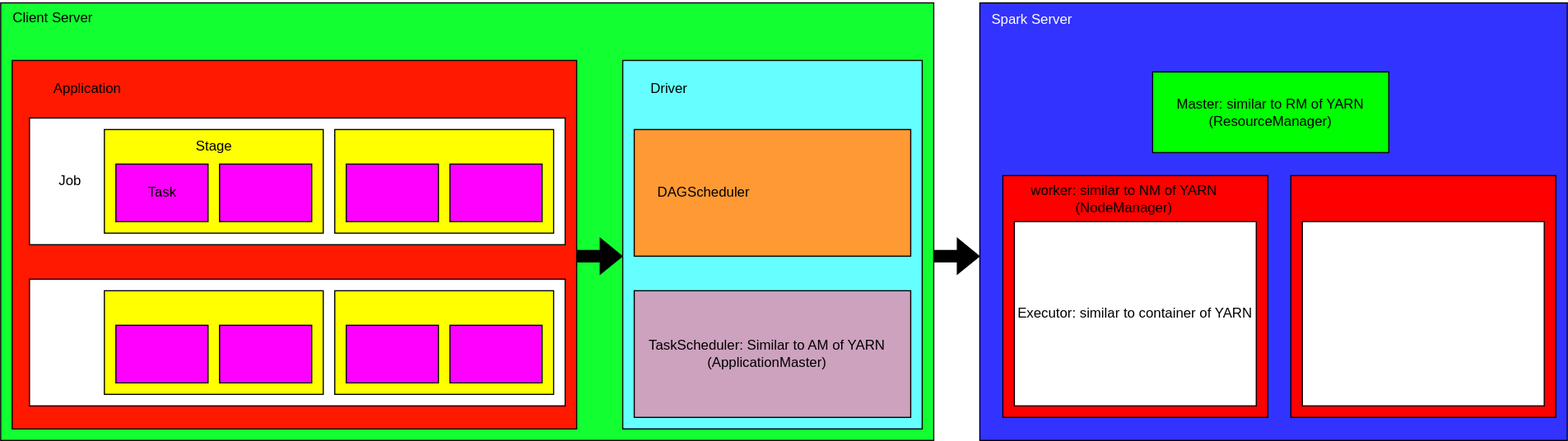
Earlier version of the draw.io export notes/images-spark/spark-1.svg (yixianwang/yixianwang.github.io). Source tidied: cells renumbered, new cells last; positions are measured from the earlier drawing's top-left corner, leaving out a move shared by most shapes. Its diagram source:
```xml
<mxGraphModel>
  <root>
    <mxCell id="0" />
    <mxCell id="1" parent="0" />
    <mxCell id="2" style="rounded=0;whiteSpace=wrap;html=1;fillColor=#12FF31;" parent="1" vertex="1">
      <mxGeometry y="2" width="810" height="380" as="geometry" />
    </mxCell>
    <mxCell id="3" value="Client Server" style="text;html=1;align=center;verticalAlign=middle;strokeColor=none;fillColor=none;" parent="1" vertex="1">
      <mxGeometry width="90" height="30" as="geometry" />
    </mxCell>
    <mxCell id="4" style="rounded=0;whiteSpace=wrap;html=1;fillColor=#3333FF;" parent="1" vertex="1">
      <mxGeometry x="850" y="2" width="510" height="380" as="geometry" />
    </mxCell>
    <mxCell id="5" value="Spark Server" style="text;html=1;align=center;verticalAlign=middle;fontColor=#FFFFFF;" parent="1" vertex="1">
      <mxGeometry x="850" y="2" width="90" height="30" as="geometry" />
    </mxCell>
    <mxCell id="6" style="whiteSpace=wrap;html=1;fillColor=#FF1900;" parent="1" vertex="1">
      <mxGeometry x="10" y="52" width="490" height="320" as="geometry" />
    </mxCell>
    <mxCell id="7" style="whiteSpace=wrap;html=1;fillColor=#66FFFF;" parent="1" vertex="1">
      <mxGeometry x="540" y="52" width="260" height="320" as="geometry" />
    </mxCell>
    <mxCell id="8" style="whiteSpace=wrap;html=1;fillColor=#FF9933;" parent="1" vertex="1">
      <mxGeometry x="550" y="112" width="240" height="110" as="geometry" />
    </mxCell>
    <mxCell id="9" style="whiteSpace=wrap;html=1;fillColor=#CDA2BE;" parent="1" vertex="1">
      <mxGeometry x="550" y="252" width="240" height="110" as="geometry" />
    </mxCell>
    <mxCell id="10" style="whiteSpace=wrap;html=1;" parent="1" vertex="1">
      <mxGeometry x="25" y="102" width="465" height="110" as="geometry" />
    </mxCell>
    <mxCell id="11" style="whiteSpace=wrap;html=1;" parent="1" vertex="1">
      <mxGeometry x="25" y="242" width="465" height="110" as="geometry" />
    </mxCell>
    <mxCell id="12" style="whiteSpace=wrap;html=1;fillColor=#FFFF00;" parent="1" vertex="1">
      <mxGeometry x="90" y="112" width="190" height="90" as="geometry" />
    </mxCell>
    <mxCell id="13" value="Application" style="text;html=1;align=center;verticalAlign=middle;strokeColor=none;fillColor=none;" parent="1" vertex="1">
      <mxGeometry x="35" y="62" width="80" height="30" as="geometry" />
    </mxCell>
    <mxCell id="14" value="Job" style="text;html=1;align=center;verticalAlign=middle;strokeColor=none;fillColor=none;" parent="1" vertex="1">
      <mxGeometry x="40" y="142" width="40" height="30" as="geometry" />
    </mxCell>
    <mxCell id="15" style="whiteSpace=wrap;html=1;fillColor=#FFFF00;" parent="1" vertex="1">
      <mxGeometry x="290" y="112" width="190" height="90" as="geometry" />
    </mxCell>
    <mxCell id="16" value="Stage" style="text;html=1;align=center;verticalAlign=middle;strokeColor=none;fillColor=none;" parent="1" vertex="1">
      <mxGeometry x="160" y="112" width="50" height="30" as="geometry" />
    </mxCell>
    <mxCell id="17" style="whiteSpace=wrap;html=1;fillColor=#FF00FF;" parent="1" vertex="1">
      <mxGeometry x="100" y="142" width="80" height="50" as="geometry" />
    </mxCell>
    <mxCell id="18" style="whiteSpace=wrap;html=1;fillColor=#FF00FF;" parent="1" vertex="1">
      <mxGeometry x="190" y="142" width="80" height="50" as="geometry" />
    </mxCell>
    <mxCell id="19" style="whiteSpace=wrap;html=1;fillColor=#FF00FF;" parent="1" vertex="1">
      <mxGeometry x="390" y="142" width="80" height="50" as="geometry" />
    </mxCell>
    <mxCell id="20" style="whiteSpace=wrap;html=1;fillColor=#FF00FF;" parent="1" vertex="1">
      <mxGeometry x="300" y="142" width="80" height="50" as="geometry" />
    </mxCell>
    <mxCell id="21" style="whiteSpace=wrap;html=1;fillColor=#FFFF00;" parent="1" vertex="1">
      <mxGeometry x="90" y="252" width="190" height="90" as="geometry" />
    </mxCell>
    <mxCell id="22" style="whiteSpace=wrap;html=1;fillColor=#FFFF00;" parent="1" vertex="1">
      <mxGeometry x="290" y="252" width="190" height="90" as="geometry" />
    </mxCell>
    <mxCell id="23" style="whiteSpace=wrap;html=1;fillColor=#FF00FF;" parent="1" vertex="1">
      <mxGeometry x="100" y="282" width="80" height="50" as="geometry" />
    </mxCell>
    <mxCell id="24" style="whiteSpace=wrap;html=1;fillColor=#FF00FF;" parent="1" vertex="1">
      <mxGeometry x="190" y="282" width="80" height="50" as="geometry" />
    </mxCell>
    <mxCell id="25" style="whiteSpace=wrap;html=1;fillColor=#FF00FF;" parent="1" vertex="1">
      <mxGeometry x="300" y="282" width="80" height="50" as="geometry" />
    </mxCell>
    <mxCell id="26" style="whiteSpace=wrap;html=1;fillColor=#FF00FF;" parent="1" vertex="1">
      <mxGeometry x="390" y="282" width="80" height="50" as="geometry" />
    </mxCell>
    <mxCell id="27" value="Task" style="text;html=1;align=center;verticalAlign=middle;strokeColor=none;fillColor=none;" parent="1" vertex="1">
      <mxGeometry x="115" y="152" width="50" height="30" as="geometry" />
    </mxCell>
    <mxCell id="28" value="Driver" style="text;html=1;align=center;verticalAlign=middle;strokeColor=none;fillColor=none;" parent="1" vertex="1">
      <mxGeometry x="550" y="62" width="60" height="30" as="geometry" />
    </mxCell>
    <mxCell id="29" value="DAGScheduler" style="text;html=1;align=center;verticalAlign=middle;strokeColor=none;fillColor=none;" parent="1" vertex="1">
      <mxGeometry x="560" y="152" width="100" height="30" as="geometry" />
    </mxCell>
    <mxCell id="30" value="TaskScheduler: Similar to AM of YARN&lt;br&gt;(ApplicationMaster)" style="text;html=1;align=center;verticalAlign=middle;strokeColor=none;fillColor=none;" parent="1" vertex="1">
      <mxGeometry x="550" y="287" width="230" height="40" as="geometry" />
    </mxCell>
    <mxCell id="31" style="shape=flexArrow;endArrow=classic;html=1;rounded=0;fillColor=#000000;" parent="1" edge="1">
      <mxGeometry relative="1" as="geometry">
        <mxPoint x="500" y="222" as="sourcePoint" />
        <mxPoint x="540" y="222" as="targetPoint" />
      </mxGeometry>
    </mxCell>
    <mxCell id="32" style="shape=flexArrow;endArrow=classic;html=1;rounded=0;fillColor=#000000;" parent="1" edge="1">
      <mxGeometry relative="1" as="geometry">
        <mxPoint x="810" y="222" as="sourcePoint" />
        <mxPoint x="850" y="222" as="targetPoint" />
      </mxGeometry>
    </mxCell>
    <mxCell id="33" value="Master: similar to RM of YARN&lt;br&gt;(ResourceManager)" style="rounded=0;whiteSpace=wrap;html=1;fillColor=#00FF00;" parent="1" vertex="1">
      <mxGeometry x="1000" y="62" width="205" height="70" as="geometry" />
    </mxCell>
    <mxCell id="34" style="whiteSpace=wrap;html=1;fillColor=#FF0000;" parent="1" vertex="1">
      <mxGeometry x="870" y="152" width="230" height="210" as="geometry" />
    </mxCell>
    <mxCell id="35" style="whiteSpace=wrap;html=1;fillColor=#FF0000;" parent="1" vertex="1">
      <mxGeometry x="1120" y="152" width="230" height="210" as="geometry" />
    </mxCell>
    <mxCell id="36" value="worker: similar to NM of YARN&lt;br&gt;(NodeManager)" style="text;html=1;align=center;verticalAlign=middle;strokeColor=none;fillColor=none;" parent="1" vertex="1">
      <mxGeometry x="880" y="152" width="190" height="40" as="geometry" />
    </mxCell>
    <mxCell id="37" value="Executor: similar to container of YARN" style="whiteSpace=wrap;html=1;" parent="1" vertex="1">
      <mxGeometry x="880" y="192" width="210" height="160" as="geometry" />
    </mxCell>
    <mxCell id="38" style="whiteSpace=wrap;html=1;" parent="1" vertex="1">
      <mxGeometry x="1130" y="192" width="210" height="160" as="geometry" />
    </mxCell>
  </root>
</mxGraphModel>
```
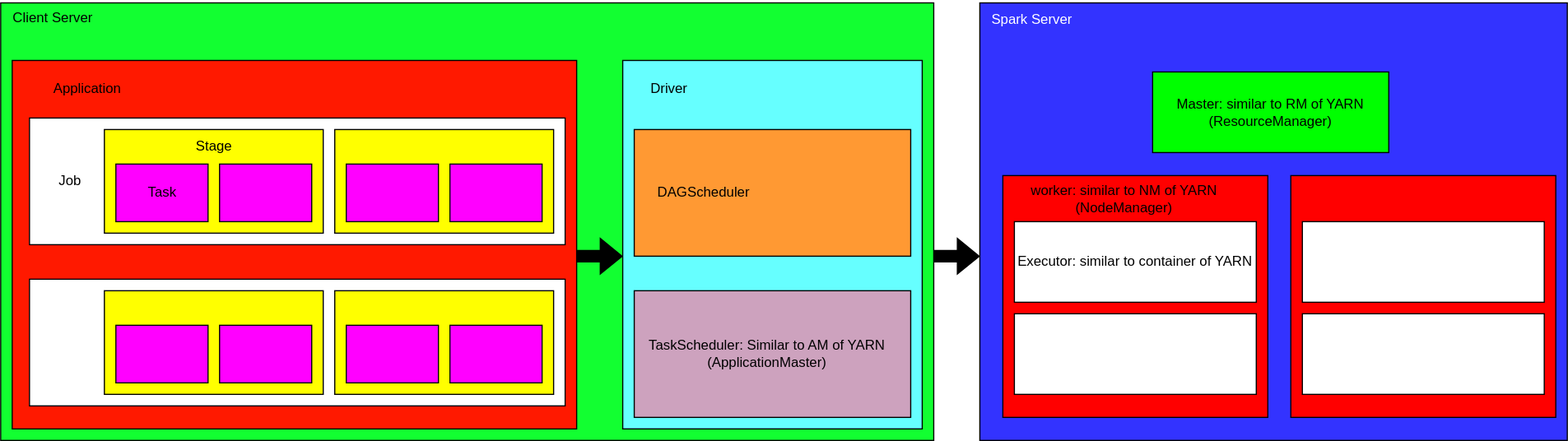
Above is the later version.

Commit message:
spark note

What changed in the source:
```diff
@@ -114,10 +114,16 @@
       <mxGeometry x="880" y="152" width="190" height="40" as="geometry" />
     </mxCell>
     <mxCell id="37" value="Executor: similar to container of YARN" style="whiteSpace=wrap;html=1;" parent="1" vertex="1">
-      <mxGeometry x="880" y="192" width="210" height="160" as="geometry" />
+      <mxGeometry x="880" y="192" width="210" height="70" as="geometry" />
     </mxCell>
-    <mxCell id="38" style="whiteSpace=wrap;html=1;" parent="1" vertex="1">
-      <mxGeometry x="1130" y="192" width="210" height="160" as="geometry" />
-    </mxCell>
+    <mxCell id="39" style="whiteSpace=wrap;html=1;" parent="1" vertex="1">
+      <mxGeometry x="880" y="272" width="210" height="70" as="geometry" />
+    </mxCell>
+    <mxCell id="40" style="whiteSpace=wrap;html=1;" parent="1" vertex="1">
+      <mxGeometry x="1130" y="272" width="210" height="70" as="geometry" />
+    </mxCell>
+    <mxCell id="41" style="whiteSpace=wrap;html=1;" parent="1" vertex="1">
+      <mxGeometry x="1130" y="192" width="210" height="70" as="geometry" />
+    </mxCell>
   </root>
 </mxGraphModel>
```
